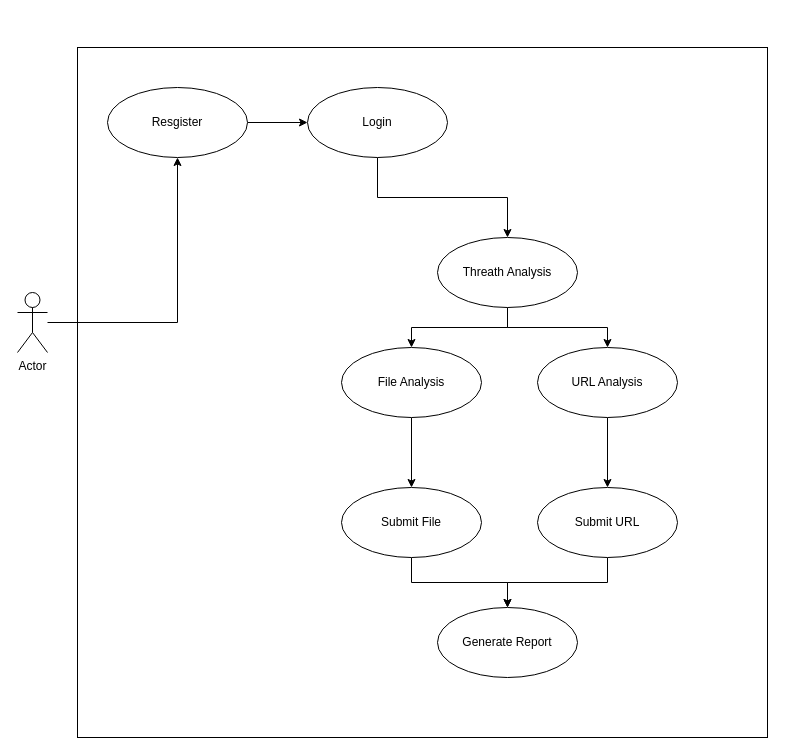
Above: CasosUso.drawio in Rikardooliv/ProjectX (draw.io), before the change. Source tidied: cells renumbered, new cells numbered last; positions are measured from the earlier drawing's top-left corner, leaving out a move shared by most shapes. Both pictures are drawn from the tidied source at 100%, with x=0, y=0 at pixel (17, 47).
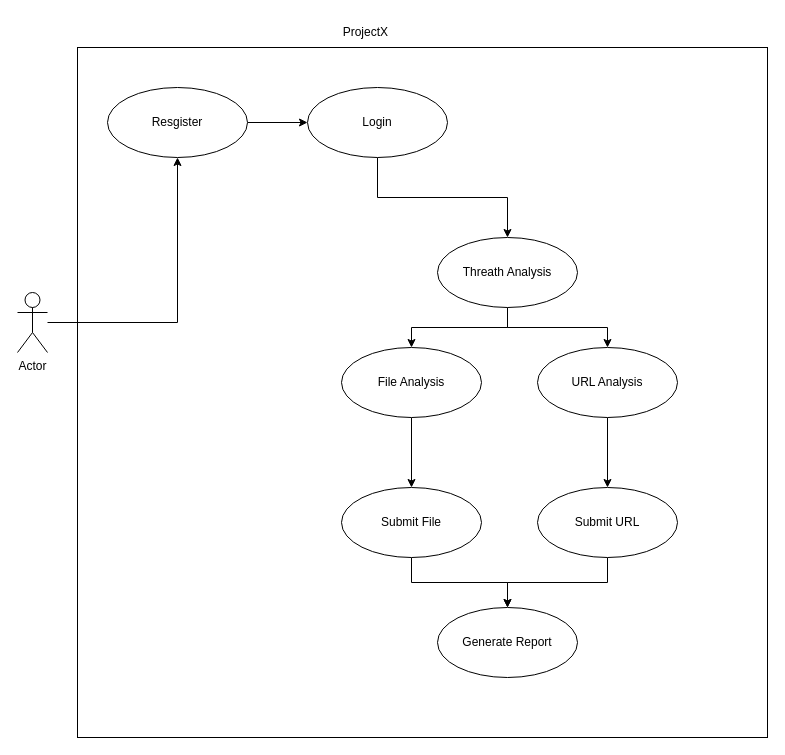
The same diagram, later.

The edit, as a diff of the source:
```diff
@@
+    <mxCell id="21" value="ProjectX&amp;nbsp;" style="text;html=1;align=center;verticalAlign=middle;whiteSpace=wrap;rounded=0;" parent="1" vertex="1">
+      <mxGeometry x="320" y="-30" width="60" height="30" as="geometry" />
+    </mxCell>
```
